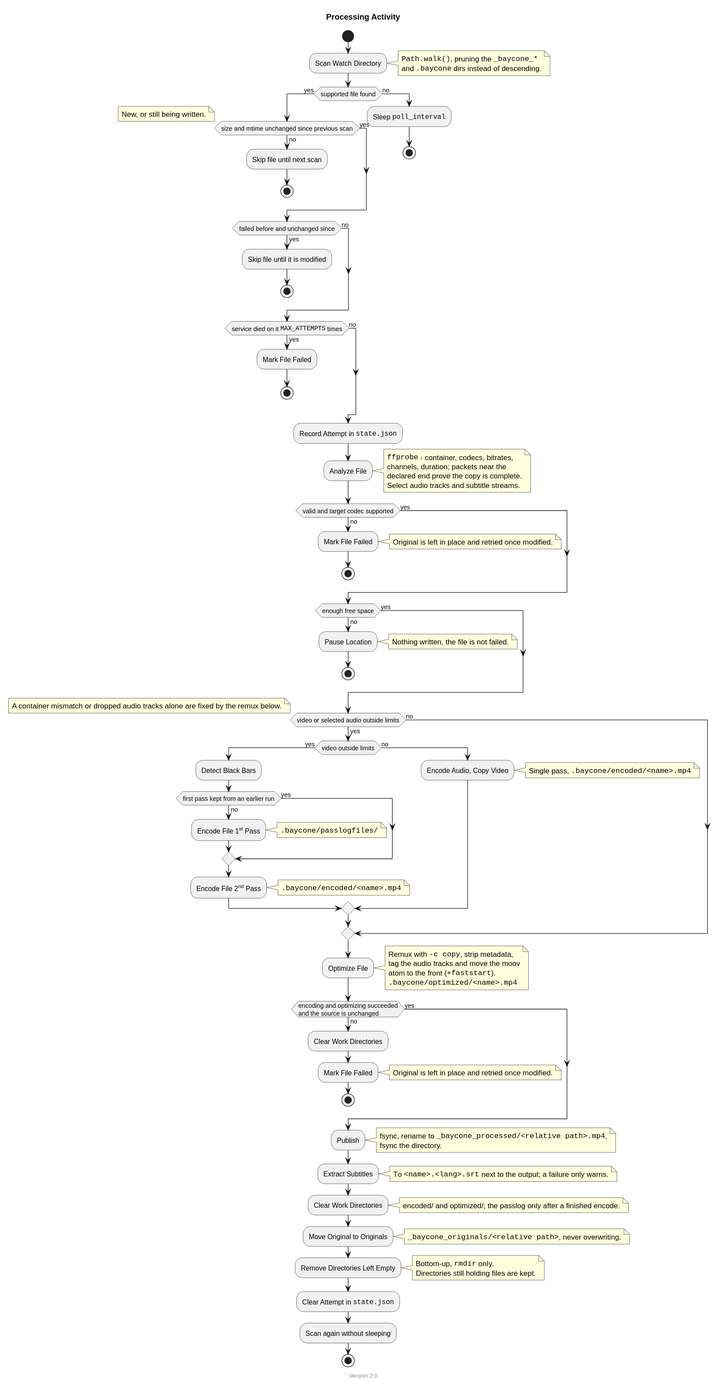
theobaldik/baycone keeps this PlantUML diagram as docs/processing_activity.svg. Above is the earlier version. Its source is kept beside it as docs/processing_activity.puml.
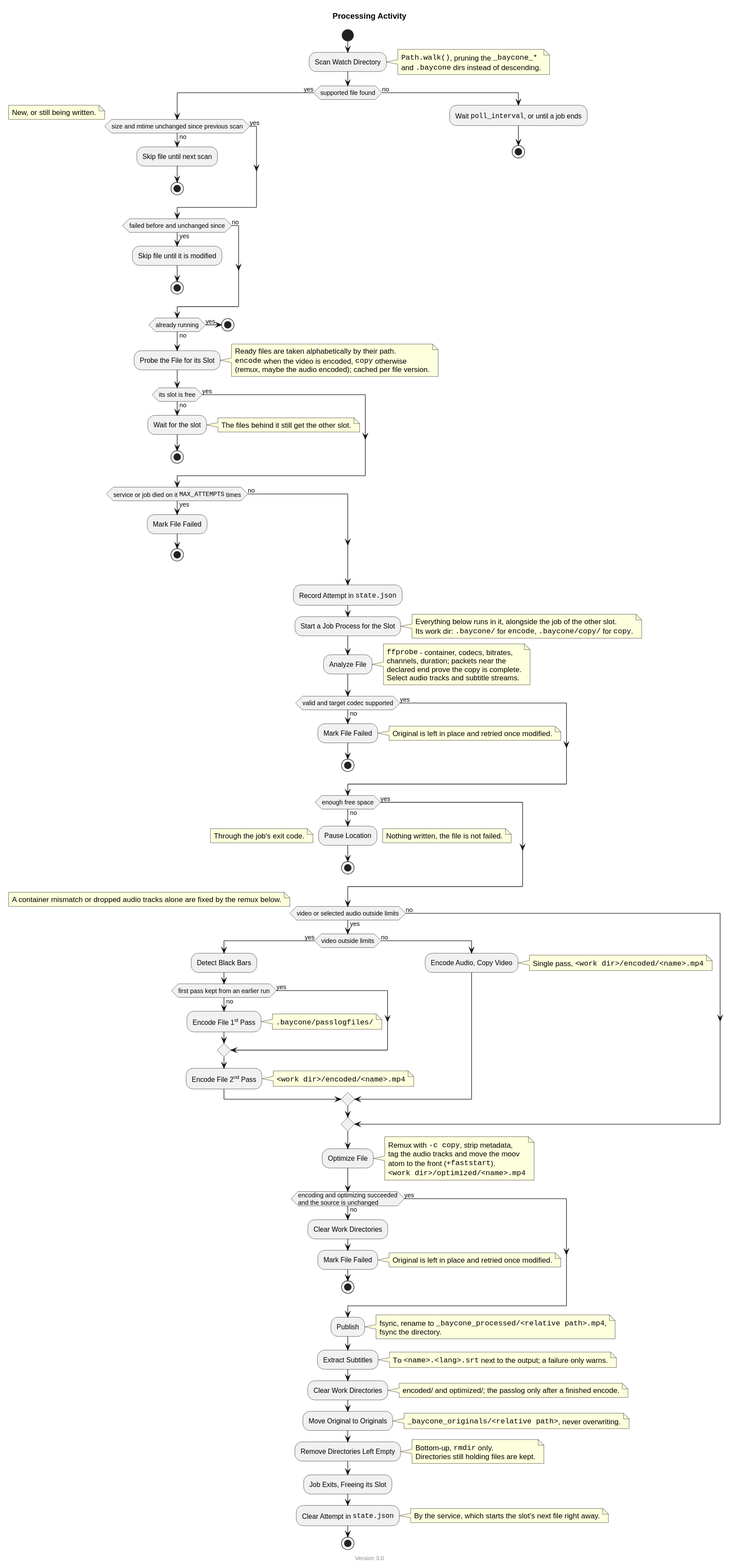
Later version of the same file.

What changed in the source:
```diff
@@ -1,7 +1,7 @@
 @startuml processing_activity
 
 title Processing Activity
-footer Version 2.0
+footer Version 3.0
 
 start
 :Scan Watch Directory;
@@ -22,17 +22,39 @@
         :Skip file until it is modified;
         stop
     endif
-    if (service died on it ""MAX_ATTEMPTS"" times) then (no)
+    if (already running) then (no)
+    else (yes)
+        stop
+    endif
+    :Probe the File for its Slot;
+    note right
+        Ready files are taken alphabetically by their path.
+        ""encode"" when the video is encoded, ""copy"" otherwise
+        (remux, maybe the audio encoded); cached per file version.
+    end note
+    if (its slot is free) then (yes)
+    else (no)
+        :Wait for the slot;
+        note right: The files behind it still get the other slot.
+        stop
+    endif
+    if (service or job died on it ""MAX_ATTEMPTS"" times) then (no)
     else (yes)
         :Mark File Failed;
         stop
     endif
 else (no)
-    :Sleep ""poll_interval"";
+    :Wait ""poll_interval"", or until a job ends;
     stop
 endif
 
 :Record Attempt in ""state.json"";
+
+:Start a Job Process for the Slot;
+note right
+    Everything below runs in it, alongside the job of the other slot.
+    Its work dir: "".baycone/"" for ""encode"", "".baycone/copy/"" for ""copy"".
+end note
 
 :Analyze File;
 note right
@@ -52,6 +74,7 @@
 if (enough free space) then (yes)
 else (no)
     :Pause Location;
+    note left: Through the job's exit code.
     note right: Nothing written, the file is not failed.
     stop
 endif
@@ -65,10 +88,10 @@
         else (yes)
         endif
         :Encode File 2<sup>nd</sup> Pass;
-        note right: "".baycone/encoded/<name>.mp4""
+        note right: ""<work dir>/encoded/<name>.mp4""
     else (no)
         :Encode Audio, Copy Video;
-        note right: Single pass, "".baycone/encoded/<name>.mp4""
+        note right: Single pass, ""<work dir>/encoded/<name>.mp4""
     endif
 else (no)
     note right: A container mismatch or dropped audio tracks alone are fixed by the remux below.
@@ -79,7 +102,7 @@
     Remux with ""-c copy"", strip metadata,
     tag the audio tracks and move the moov
     atom to the front (""+faststart"").
-    "".baycone/optimized/<name>.mp4""
+    ""<work dir>/optimized/<name>.mp4""
 end note
 
 if (encoding and optimizing succeeded\nand the source is unchanged) then (yes)
@@ -111,9 +134,10 @@
     Directories still holding files are kept.
 end note
 
+:Job Exits, Freeing its Slot;
+
 :Clear Attempt in ""state.json"";
-
-:Scan again without sleeping;
+note right: By the service, which starts the slot's next file right away.
 
 stop
 
```
